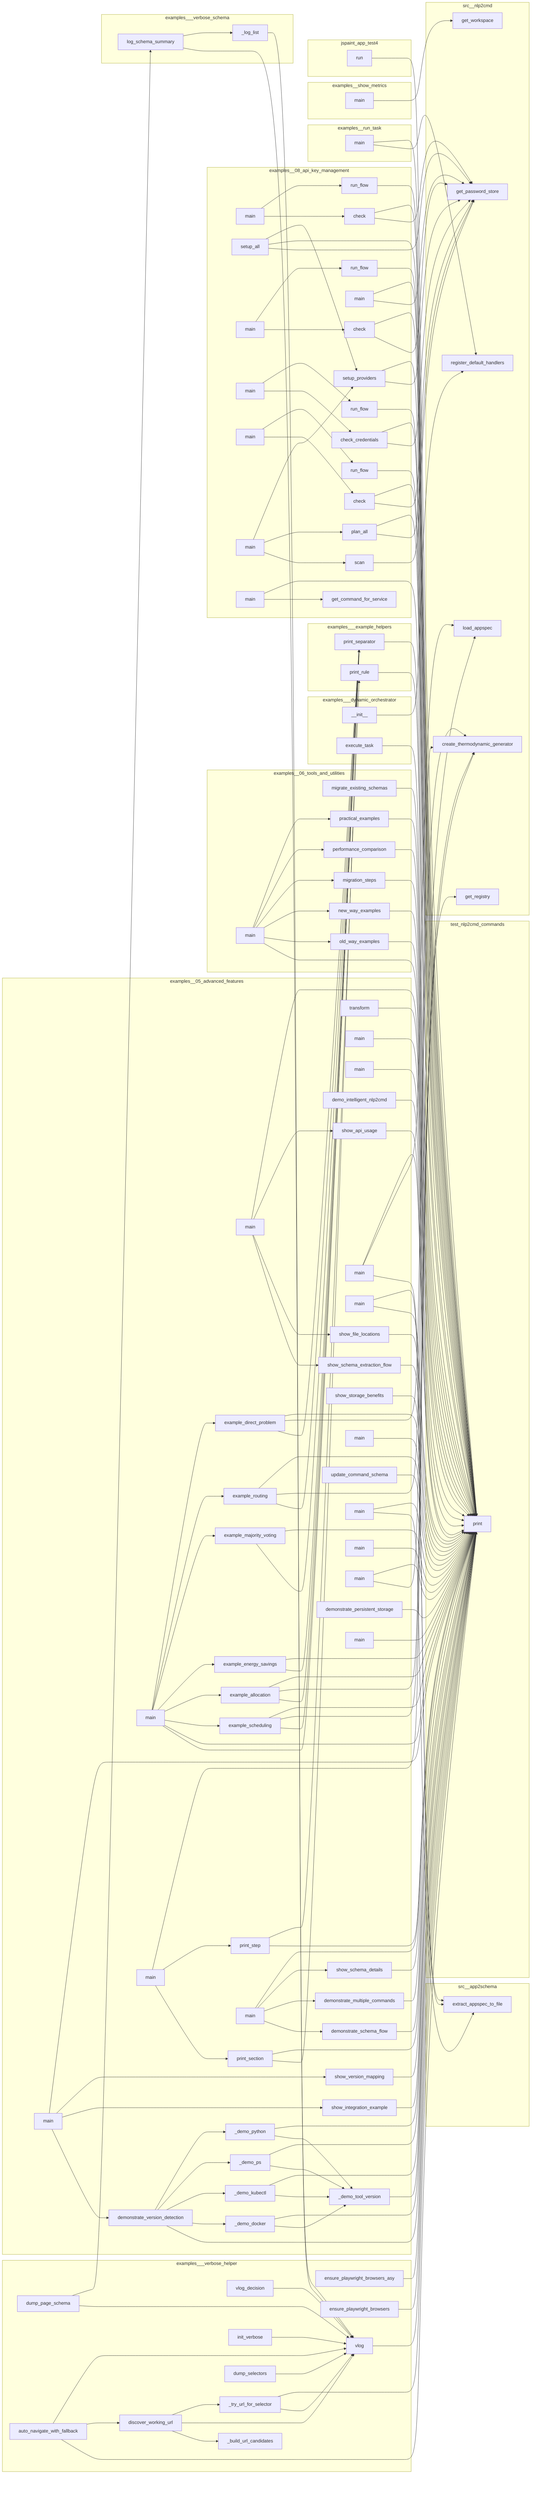
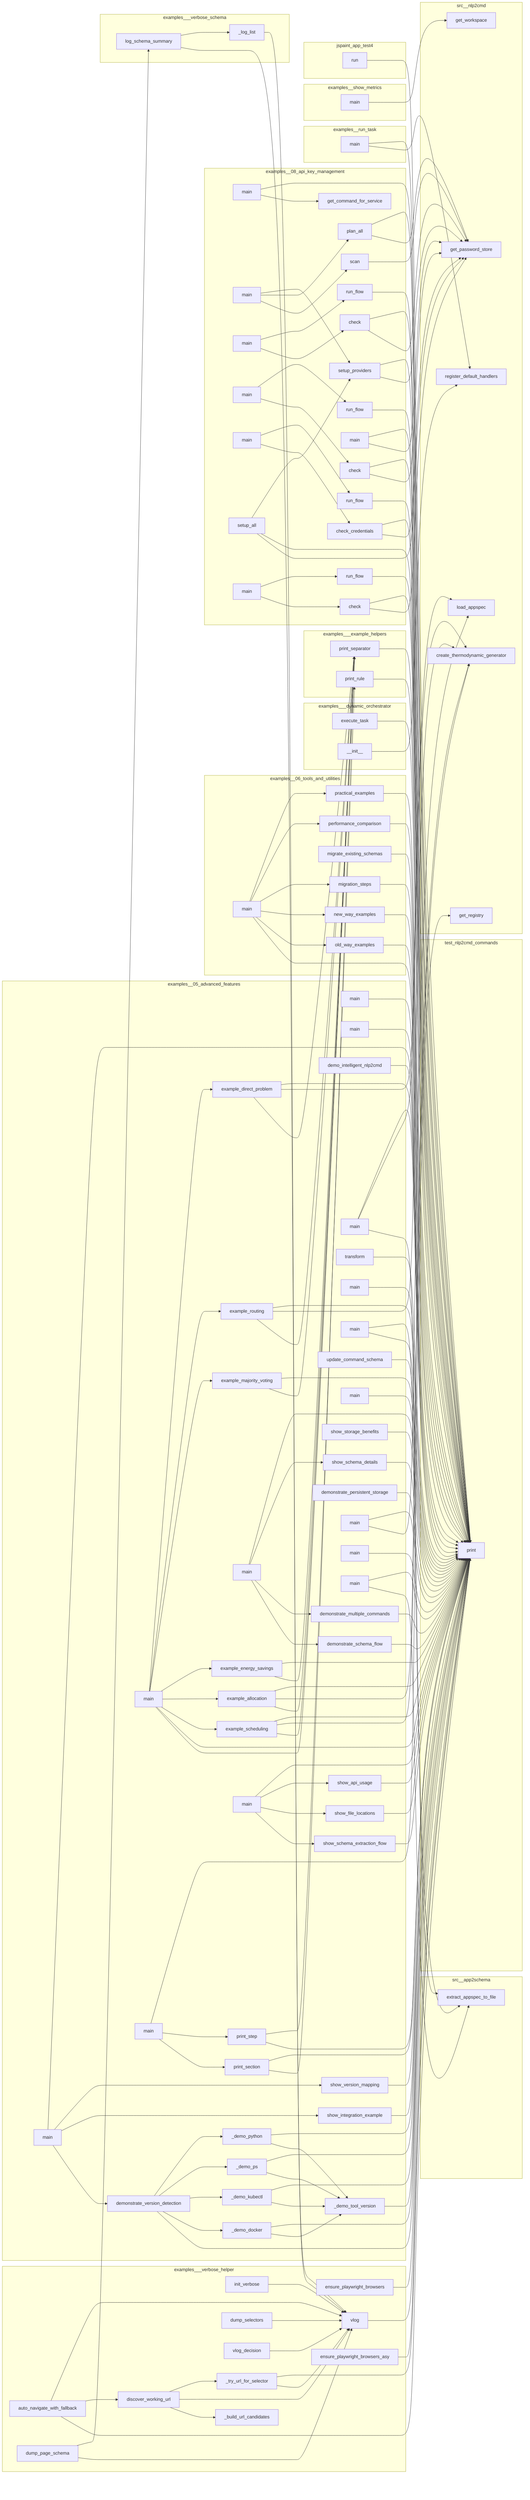
flowchart LR
- %% generated in 0.17s
+ %% generated in 0.06s
    subgraph examples__05_advanced_features
-         examples__05_advanced_features__dynamic_schemas__demo_schema_flow__demonstrate_schema_flow["demonstrate_schema_flow"]
+         examples__05_advanced_features__dynamic_schemas__demo_version_detection__demonstrate_version_detection["demonstrate_version_detection"]
+         examples__05_advanced_features__thermodynamic_computing__example__example_majority_voting["example_majority_voting"]
+         examples__05_advanced_features__schema_driven_architecture__03_llm_planner__demo__main["main"]
        examples__05_advanced_features__thermodynamic_computing__example__main["main"]
-         examples__05_advanced_features__dynamic_schemas__demo_intelligent_nlp2cmd__IntelligentNLP2CMD__transform["transform"]
-         examples__05_advanced_features__dynamic_schemas__schema_flow_demo__main["main"]
        examples__05_advanced_features__dynamic_schemas__demo_version_detection___demo_kubectl["_demo_kubectl"]
        examples__05_advanced_features__schema_driven_architecture__04_plan_executor__demo__main["main"]
        examples__05_advanced_features__thermodynamic_computing__example__example_direct_problem["example_direct_problem"]
+         examples__05_advanced_features__dynamic_schemas__demo_version_detection___demo_tool_version["_demo_tool_version"]
+         examples__05_advanced_features__dynamic_schemas__demo_intelligent_nlp2cmd__demo_intelligent_nlp2cmd["demo_intelligent_nlp2cmd"]
+         examples__05_advanced_features__schema_driven_architecture__end_to_end_demo__print_step["print_step"]
+         examples__05_advanced_features__dynamic_schemas__schema_flow_demo__show_schema_extraction_flow["show_schema_extraction_flow"]
+         examples__05_advanced_features__dynamic_schemas__demo_schema_flow__demonstrate_multiple_commands["demonstrate_multiple_commands"]
+         examples__05_advanced_features__schema_driven_architecture__mvp__main["main"]
+         examples__05_advanced_features__dynamic_schemas__demo_schema_flow__main["main"]
+         examples__05_advanced_features__dynamic_schemas__demo_intelligent_nlp2cmd__IntelligentNLP2CMD__transform["transform"]
+         examples__05_advanced_features__thermodynamic_computing__example__example_scheduling["example_scheduling"]
+         examples__05_advanced_features__schema_driven_architecture__02_decision_router__demo__main["main"]
+         examples__05_advanced_features__dynamic_schemas__schema_flow_demo__show_file_locations["show_file_locations"]
+         examples__05_advanced_features__schema_driven_architecture__end_to_end_demo__main["main"]
+         examples__05_advanced_features__dynamic_schemas__demo_version_detection__show_integration_example["show_integration_example"]
+         examples__05_advanced_features__thermodynamic_computing__example__example_energy_savings["example_energy_savings"]
+         examples__05_advanced_features__dynamic_schemas__demo_enhanced__main["main"]
+         examples__05_advanced_features__dynamic_schemas__demo_version_detection___demo_python["_demo_python"]
+         examples__05_advanced_features__dynamic_schemas__demo_intelligent_nlp2cmd__IntelligentNLP2CMD__update_command_schema["update_command_schema"]
+         examples__05_advanced_features__dynamic_schemas__demo_version_detection__show_version_mapping["show_version_mapping"]
+         examples__05_advanced_features__thermodynamic_computing__example__example_allocation["example_allocation"]
+         examples__05_advanced_features__dynamic_schemas__demo_version_detection__main["main"]
+         examples__05_advanced_features__dynamic_schemas__demo_version_detection___demo_docker["_demo_docker"]
        examples__05_advanced_features__schema_driven_architecture__05_result_aggregator__demo__main["main"]
-         examples__05_advanced_features__dynamic_schemas__demo_intelligent_nlp2cmd__demo_intelligent_nlp2cmd["demo_intelligent_nlp2cmd"]
-         examples__05_advanced_features__dynamic_schemas__demo_version_detection__show_integration_example["show_integration_example"]
-         examples__05_advanced_features__schema_driven_architecture__mvp__main["main"]
-         examples__05_advanced_features__dynamic_schemas__demo_enhanced__main["main"]
-         examples__05_advanced_features__dynamic_schemas__schema_flow_demo__show_schema_extraction_flow["show_schema_extraction_flow"]
-         examples__05_advanced_features__dynamic_schemas__demo_version_detection___demo_python["_demo_python"]
-         examples__05_advanced_features__thermodynamic_computing__example__example_majority_voting["example_majority_voting"]
-         examples__05_advanced_features__dynamic_schemas__demo_version_detection__show_version_mapping["show_version_mapping"]
+         examples__05_advanced_features__dynamic_schemas__schema_flow_demo__main["main"]
+         examples__05_advanced_features__dynamic_schemas__demo_version_detection___demo_ps["_demo_ps"]
+         examples__05_advanced_features__dynamic_schemas__demo_schema_flow__show_schema_details["show_schema_details"]
+         examples__05_advanced_features__thermodynamic_computing__example__example_routing["example_routing"]
        examples__05_advanced_features__dynamic_schemas__demo_persistent_storage__show_storage_benefits["show_storage_benefits"]
-         examples__05_advanced_features__dynamic_schemas__demo_schema_flow__show_schema_details["show_schema_details"]
        examples__05_advanced_features__dynamic_schemas__schema_flow_demo__show_api_usage["show_api_usage"]
-         examples__05_advanced_features__schema_driven_architecture__02_decision_router__demo__main["main"]
+         examples__05_advanced_features__dynamic_schemas__demo_persistent_storage__demonstrate_persistent_storage["demonstrate_persistent_storage"]
+         examples__05_advanced_features__schema_driven_architecture__manual_appspec__main["main"]
+         examples__05_advanced_features__dynamic_schemas__simple_schema_demo__main["main"]
+         examples__05_advanced_features__dynamic_schemas__example__main["main"]
+         examples__05_advanced_features__dynamic_schemas__demo_schema_flow__demonstrate_schema_flow["demonstrate_schema_flow"]
        examples__05_advanced_features__schema_driven_architecture__end_to_end_demo__print_section["print_section"]
-         examples__05_advanced_features__schema_driven_architecture__end_to_end_demo__print_step["print_step"]
-         examples__05_advanced_features__dynamic_schemas__demo_version_detection___demo_docker["_demo_docker"]
-         examples__05_advanced_features__thermodynamic_computing__example__example_allocation["example_allocation"]
-         examples__05_advanced_features__dynamic_schemas__demo_version_detection__demonstrate_version_detection["demonstrate_version_detection"]
-         examples__05_advanced_features__dynamic_schemas__demo_version_detection___demo_tool_version["_demo_tool_version"]
-         examples__05_advanced_features__thermodynamic_computing__example__example_scheduling["example_scheduling"]
-         examples__05_advanced_features__schema_driven_architecture__end_to_end_demo__main["main"]
-         examples__05_advanced_features__dynamic_schemas__demo_intelligent_nlp2cmd__IntelligentNLP2CMD__update_command_schema["update_command_schema"]
-         examples__05_advanced_features__dynamic_schemas__demo_version_detection___demo_ps["_demo_ps"]
-         examples__05_advanced_features__dynamic_schemas__schema_flow_demo__show_file_locations["show_file_locations"]
-         examples__05_advanced_features__dynamic_schemas__example__main["main"]
-         examples__05_advanced_features__thermodynamic_computing__example__example_routing["example_routing"]
-         examples__05_advanced_features__dynamic_schemas__demo_schema_flow__demonstrate_multiple_commands["demonstrate_multiple_commands"]
-         examples__05_advanced_features__schema_driven_architecture__03_llm_planner__demo__main["main"]
-         examples__05_advanced_features__schema_driven_architecture__manual_appspec__main["main"]
-         examples__05_advanced_features__dynamic_schemas__demo_schema_flow__main["main"]
-         examples__05_advanced_features__dynamic_schemas__demo_version_detection__main["main"]
-         examples__05_advanced_features__thermodynamic_computing__example__example_energy_savings["example_energy_savings"]
-         examples__05_advanced_features__dynamic_schemas__demo_persistent_storage__demonstrate_persistent_storage["demonstrate_persistent_storage"]
-         examples__05_advanced_features__dynamic_schemas__simple_schema_demo__main["main"]
    end
    subgraph examples__06_tools_and_utilities
+         examples__06_tools_and_utilities__migration_tools__guide__performance_comparison["performance_comparison"]
+         examples__06_tools_and_utilities__migration_tools__guide__practical_examples["practical_examples"]
        examples__06_tools_and_utilities__migration_tools__demo_versioned_schemas__migrate_existing_schemas["migrate_existing_schemas"]
+         examples__06_tools_and_utilities__migration_tools__guide__migration_steps["migration_steps"]
        examples__06_tools_and_utilities__migration_tools__guide__new_way_examples["new_way_examples"]
        examples__06_tools_and_utilities__migration_tools__guide__old_way_examples["old_way_examples"]
-         examples__06_tools_and_utilities__migration_tools__guide__performance_comparison["performance_comparison"]
        examples__06_tools_and_utilities__migration_tools__guide__main["main"]
-         examples__06_tools_and_utilities__migration_tools__guide__practical_examples["practical_examples"]
-         examples__06_tools_and_utilities__migration_tools__guide__migration_steps["migration_steps"]
    end
    subgraph examples__08_api_key_management
+         examples__08_api_key_management__01_diagnose_credentials_nlp2cmd__main["main"]
+         examples__08_api_key_management__02_openrouter_key__run__check_credentials["check_credentials"]
+         examples__08_api_key_management__03_github_token__run__check["check"]
+         examples__08_api_key_management__06_multi_provider__run__main["main"]
+         examples__08_api_key_management__05_openai_key__run__check["check"]
+         examples__08_api_key_management__06_multi_provider__run__setup_providers["setup_providers"]
+         examples__08_api_key_management__06_multi_provider__run__scan["scan"]
+         examples__08_api_key_management__04_huggingface_token__run__run_flow["run_flow"]
+         examples__08_api_key_management__04_huggingface_token__run__main["main"]
+         examples__08_api_key_management__06_multi_provider__run__plan_all["plan_all"]
+         examples__08_api_key_management__03_github_token__run__run_flow["run_flow"]
+         examples__08_api_key_management__01_diagnose_credentials__run__main["main"]
+         examples__08_api_key_management__03_github_token__run__main["main"]
+         examples__08_api_key_management__05_openai_key__run__run_flow["run_flow"]
+         examples__08_api_key_management__01_diagnose_credentials_nlp2cmd__get_command_for_service["get_command_for_service"]
+         examples__08_api_key_management__02_openrouter_key__run__main["main"]
+         examples__08_api_key_management__06_multi_provider__run__setup_all["setup_all"]
        examples__08_api_key_management__02_openrouter_key__run__run_flow["run_flow"]
        examples__08_api_key_management__05_openai_key__run__main["main"]
-         examples__08_api_key_management__03_github_token__run__check["check"]
        examples__08_api_key_management__04_huggingface_token__run__check["check"]
-         examples__08_api_key_management__06_multi_provider__run__setup_all["setup_all"]
-         examples__08_api_key_management__06_multi_provider__run__setup_providers["setup_providers"]
-         examples__08_api_key_management__01_diagnose_credentials_nlp2cmd__get_command_for_service["get_command_for_service"]
-         examples__08_api_key_management__01_diagnose_credentials__run__main["main"]
-         examples__08_api_key_management__04_huggingface_token__run__run_flow["run_flow"]
-         examples__08_api_key_management__03_github_token__run__main["main"]
-         examples__08_api_key_management__06_multi_provider__run__plan_all["plan_all"]
-         examples__08_api_key_management__02_openrouter_key__run__check_credentials["check_credentials"]
-         examples__08_api_key_management__03_github_token__run__run_flow["run_flow"]
-         examples__08_api_key_management__02_openrouter_key__run__main["main"]
-         examples__08_api_key_management__05_openai_key__run__check["check"]
-         examples__08_api_key_management__05_openai_key__run__run_flow["run_flow"]
-         examples__08_api_key_management__04_huggingface_token__run__main["main"]
-         examples__08_api_key_management__06_multi_provider__run__main["main"]
-         examples__08_api_key_management__06_multi_provider__run__scan["scan"]
-         examples__08_api_key_management__01_diagnose_credentials_nlp2cmd__main["main"]
    end
    subgraph examples___dynamic_orchestrator
+         examples___dynamic_orchestrator__DynamicOrchestrator__execute_task["execute_task"]
        examples___dynamic_orchestrator__DynamicOrchestrator____init__["__init__"]
-         examples___dynamic_orchestrator__DynamicOrchestrator__execute_task["execute_task"]
    end
    subgraph examples___example_helpers
+         examples___example_helpers__print_separator["print_separator"]
        examples___example_helpers__print_rule["print_rule"]
-         examples___example_helpers__print_separator["print_separator"]
    end
    subgraph examples___verbose_helper
+         examples___verbose_helper__auto_navigate_with_fallback["auto_navigate_with_fallback"]
+         examples___verbose_helper__init_verbose["init_verbose"]
+         examples___verbose_helper__ensure_playwright_browsers["ensure_playwright_browsers"]
+         examples___verbose_helper___try_url_for_selector["_try_url_for_selector"]
+         examples___verbose_helper__dump_page_schema["dump_page_schema"]
+         examples___verbose_helper__dump_selectors["dump_selectors"]
+         examples___verbose_helper__vlog["vlog"]
        examples___verbose_helper__ensure_playwright_browsers_async["ensure_playwright_browsers_asy"]
        examples___verbose_helper__vlog_decision["vlog_decision"]
-         examples___verbose_helper__dump_page_schema["dump_page_schema"]
-         examples___verbose_helper___try_url_for_selector["_try_url_for_selector"]
-         examples___verbose_helper__init_verbose["init_verbose"]
+         examples___verbose_helper__discover_working_url["discover_working_url"]
        examples___verbose_helper___build_url_candidates["_build_url_candidates"]
-         examples___verbose_helper__dump_selectors["dump_selectors"]
-         examples___verbose_helper__ensure_playwright_browsers["ensure_playwright_browsers"]
-         examples___verbose_helper__auto_navigate_with_fallback["auto_navigate_with_fallback"]
-         examples___verbose_helper__discover_working_url["discover_working_url"]
-         examples___verbose_helper__vlog["vlog"]
    end
    subgraph examples___verbose_schema
+         examples___verbose_schema___log_list["_log_list"]
        examples___verbose_schema__log_schema_summary["log_schema_summary"]
-         examples___verbose_schema___log_list["_log_list"]
    end
    subgraph examples__run_task
        examples__run_task__main["main"]
    end
    subgraph examples__show_metrics
        examples__show_metrics__main["main"]
    end
    subgraph jspaint_app_test4
        jspaint_app_test4__run["run"]
    end
    subgraph src__app2schema
        src__app2schema__extract__extract_appspec_to_file["extract_appspec_to_file"]
    end
    subgraph src__nlp2cmd
+         src__nlp2cmd__orchestration__learned_path__get_workspace["get_workspace"]
+         src__nlp2cmd__orchestration__handlers__register_default_handlers["register_default_handlers"]
        src__nlp2cmd__appspec_runtime__load_appspec["load_appspec"]
        src__nlp2cmd__generation__thermodynamic__create_thermodynamic_generator["create_thermodynamic_generator"]
-         src__nlp2cmd__orchestration__learned_path__get_workspace["get_workspace"]
-         src__nlp2cmd__orchestration__handlers__register_default_handlers["register_default_handlers"]
        src__nlp2cmd__registry__get_registry__get_registry["get_registry"]
        src__nlp2cmd__automation__password_store__get_password_store["get_password_store"]
    end
    subgraph test_nlp2cmd_commands
        test_nlp2cmd_commands__print["print"]
    end
    jspaint_app_test4__run --> test_nlp2cmd_commands__print
    examples__show_metrics__main --> src__nlp2cmd__orchestration__learned_path__get_workspace
    examples___verbose_schema___log_list --> examples___verbose_helper__vlog
    examples___verbose_schema__log_schema_summary --> examples___verbose_helper__vlog
    examples___verbose_schema__log_schema_summary --> examples___verbose_schema___log_list
    examples___dynamic_orchestrator__DynamicOrchestrator____init__ --> src__nlp2cmd__orchestration__handlers__register_default_handlers
    examples___dynamic_orchestrator__DynamicOrchestrator__execute_task --> test_nlp2cmd_commands__print
    examples___example_helpers__print_separator --> test_nlp2cmd_commands__print
    examples___example_helpers__print_rule --> test_nlp2cmd_commands__print
    examples___verbose_helper__init_verbose --> examples___verbose_helper__vlog
    examples___verbose_helper__vlog --> test_nlp2cmd_commands__print
    examples___verbose_helper__dump_page_schema --> examples___verbose_helper__vlog
    examples___verbose_helper__dump_page_schema --> examples___verbose_schema__log_schema_summary
    examples___verbose_helper__dump_selectors --> examples___verbose_helper__vlog
    examples___verbose_helper__vlog_decision --> examples___verbose_helper__vlog
    examples___verbose_helper__ensure_playwright_browsers --> test_nlp2cmd_commands__print
    examples___verbose_helper__ensure_playwright_browsers_async --> test_nlp2cmd_commands__print
    examples___verbose_helper___try_url_for_selector --> examples___verbose_helper__vlog
    examples___verbose_helper___try_url_for_selector --> test_nlp2cmd_commands__print
    examples___verbose_helper__discover_working_url --> examples___verbose_helper___build_url_candidates
    examples___verbose_helper__discover_working_url --> examples___verbose_helper__vlog
    examples___verbose_helper__discover_working_url --> examples___verbose_helper___try_url_for_selector
    examples___verbose_helper__auto_navigate_with_fallback --> test_nlp2cmd_commands__print
    examples___verbose_helper__auto_navigate_with_fallback --> examples___verbose_helper__discover_working_url
    examples___verbose_helper__auto_navigate_with_fallback --> examples___verbose_helper__vlog
    examples__run_task__main --> src__nlp2cmd__orchestration__handlers__register_default_handlers
    examples__run_task__main --> test_nlp2cmd_commands__print
    examples__05_advanced_features__thermodynamic_computing__example__example_scheduling --> examples___example_helpers__print_separator
    examples__05_advanced_features__thermodynamic_computing__example__example_scheduling --> src__nlp2cmd__generation__thermodynamic__create_thermodynamic_generator
    examples__05_advanced_features__thermodynamic_computing__example__example_scheduling --> test_nlp2cmd_commands__print
    examples__05_advanced_features__thermodynamic_computing__example__example_allocation --> examples___example_helpers__print_separator
    examples__05_advanced_features__thermodynamic_computing__example__example_allocation --> src__nlp2cmd__generation__thermodynamic__create_thermodynamic_generator
    examples__05_advanced_features__thermodynamic_computing__example__example_allocation --> test_nlp2cmd_commands__print
    examples__05_advanced_features__thermodynamic_computing__example__example_energy_savings --> examples___example_helpers__print_separator
    examples__05_advanced_features__thermodynamic_computing__example__example_energy_savings --> test_nlp2cmd_commands__print
    examples__05_advanced_features__thermodynamic_computing__example__example_majority_voting --> examples___example_helpers__print_separator
    examples__05_advanced_features__thermodynamic_computing__example__example_majority_voting --> test_nlp2cmd_commands__print
    examples__05_advanced_features__thermodynamic_computing__example__example_routing --> examples___example_helpers__print_separator
    examples__05_advanced_features__thermodynamic_computing__example__example_routing --> src__nlp2cmd__generation__thermodynamic__create_thermodynamic_generator
    examples__05_advanced_features__thermodynamic_computing__example__example_routing --> test_nlp2cmd_commands__print
    examples__05_advanced_features__thermodynamic_computing__example__example_direct_problem --> examples___example_helpers__print_separator
    examples__05_advanced_features__thermodynamic_computing__example__example_direct_problem --> src__nlp2cmd__generation__thermodynamic__create_thermodynamic_generator
    examples__05_advanced_features__thermodynamic_computing__example__example_direct_problem --> test_nlp2cmd_commands__print
    examples__05_advanced_features__thermodynamic_computing__example__main --> examples___example_helpers__print_separator
    examples__05_advanced_features__thermodynamic_computing__example__main --> test_nlp2cmd_commands__print
    examples__05_advanced_features__thermodynamic_computing__example__main --> examples__05_advanced_features__thermodynamic_computing__example__example_scheduling
    examples__05_advanced_features__thermodynamic_computing__example__main --> examples__05_advanced_features__thermodynamic_computing__example__example_allocation
    examples__05_advanced_features__thermodynamic_computing__example__main --> examples__05_advanced_features__thermodynamic_computing__example__example_energy_savings
    examples__05_advanced_features__thermodynamic_computing__example__main --> examples__05_advanced_features__thermodynamic_computing__example__example_majority_voting
    examples__05_advanced_features__thermodynamic_computing__example__main --> examples__05_advanced_features__thermodynamic_computing__example__example_routing
    examples__05_advanced_features__thermodynamic_computing__example__main --> examples__05_advanced_features__thermodynamic_computing__example__example_direct_problem
    examples__05_advanced_features__schema_driven_architecture__manual_appspec__main --> src__nlp2cmd__appspec_runtime__load_appspec
    examples__05_advanced_features__schema_driven_architecture__manual_appspec__main --> test_nlp2cmd_commands__print
    examples__05_advanced_features__schema_driven_architecture__end_to_end_demo__print_section --> examples___example_helpers__print_separator
    examples__05_advanced_features__schema_driven_architecture__end_to_end_demo__print_section --> test_nlp2cmd_commands__print
    examples__05_advanced_features__schema_driven_architecture__end_to_end_demo__print_step --> test_nlp2cmd_commands__print
    examples__05_advanced_features__schema_driven_architecture__end_to_end_demo__print_step --> examples___example_helpers__print_rule
    examples__05_advanced_features__schema_driven_architecture__end_to_end_demo__main --> examples__05_advanced_features__schema_driven_architecture__end_to_end_demo__print_section
    examples__05_advanced_features__schema_driven_architecture__end_to_end_demo__main --> examples__05_advanced_features__schema_driven_architecture__end_to_end_demo__print_step
    examples__05_advanced_features__schema_driven_architecture__end_to_end_demo__main --> src__nlp2cmd__registry__get_registry__get_registry
    examples__05_advanced_features__schema_driven_architecture__mvp__main --> src__app2schema__extract__extract_appspec_to_file
    examples__05_advanced_features__schema_driven_architecture__mvp__main --> src__nlp2cmd__appspec_runtime__load_appspec
    examples__05_advanced_features__schema_driven_architecture__mvp__main --> test_nlp2cmd_commands__print
    examples__05_advanced_features__schema_driven_architecture__05_result_aggregator__demo__main --> test_nlp2cmd_commands__print
    examples__05_advanced_features__schema_driven_architecture__02_decision_router__demo__main --> test_nlp2cmd_commands__print
    examples__05_advanced_features__schema_driven_architecture__04_plan_executor__demo__main --> test_nlp2cmd_commands__print
    examples__05_advanced_features__schema_driven_architecture__03_llm_planner__demo__main --> test_nlp2cmd_commands__print
    examples__05_advanced_features__dynamic_schemas__simple_schema_demo__main --> test_nlp2cmd_commands__print
    examples__05_advanced_features__dynamic_schemas__demo_intelligent_nlp2cmd__IntelligentNLP2CMD__transform --> test_nlp2cmd_commands__print
    examples__05_advanced_features__dynamic_schemas__demo_intelligent_nlp2cmd__IntelligentNLP2CMD__update_command_schema --> test_nlp2cmd_commands__print
    examples__05_advanced_features__dynamic_schemas__demo_intelligent_nlp2cmd__demo_intelligent_nlp2cmd --> test_nlp2cmd_commands__print
    examples__05_advanced_features__dynamic_schemas__demo_persistent_storage__demonstrate_persistent_storage --> test_nlp2cmd_commands__print
    examples__05_advanced_features__dynamic_schemas__demo_persistent_storage__show_storage_benefits --> test_nlp2cmd_commands__print
    examples__05_advanced_features__dynamic_schemas__demo_enhanced__main --> test_nlp2cmd_commands__print
    examples__05_advanced_features__dynamic_schemas__demo_enhanced__main --> src__app2schema__extract__extract_appspec_to_file
    examples__05_advanced_features__dynamic_schemas__demo_schema_flow__demonstrate_schema_flow --> test_nlp2cmd_commands__print
    examples__05_advanced_features__dynamic_schemas__demo_schema_flow__demonstrate_multiple_commands --> test_nlp2cmd_commands__print
    examples__05_advanced_features__dynamic_schemas__demo_schema_flow__show_schema_details --> test_nlp2cmd_commands__print
    examples__05_advanced_features__dynamic_schemas__demo_schema_flow__main --> examples__05_advanced_features__dynamic_schemas__demo_schema_flow__demonstrate_schema_flow
    examples__05_advanced_features__dynamic_schemas__demo_schema_flow__main --> examples__05_advanced_features__dynamic_schemas__demo_schema_flow__demonstrate_multiple_commands
    examples__05_advanced_features__dynamic_schemas__demo_schema_flow__main --> examples__05_advanced_features__dynamic_schemas__demo_schema_flow__show_schema_details
    examples__05_advanced_features__dynamic_schemas__demo_schema_flow__main --> test_nlp2cmd_commands__print
    examples__05_advanced_features__dynamic_schemas__demo_version_detection___demo_tool_version --> test_nlp2cmd_commands__print
    examples__05_advanced_features__dynamic_schemas__demo_version_detection___demo_docker --> examples__05_advanced_features__dynamic_schemas__demo_version_detection___demo_tool_version
    examples__05_advanced_features__dynamic_schemas__demo_version_detection___demo_docker --> test_nlp2cmd_commands__print
    examples__05_advanced_features__dynamic_schemas__demo_version_detection___demo_kubectl --> examples__05_advanced_features__dynamic_schemas__demo_version_detection___demo_tool_version
    examples__05_advanced_features__dynamic_schemas__demo_version_detection___demo_kubectl --> test_nlp2cmd_commands__print
    examples__05_advanced_features__dynamic_schemas__demo_version_detection___demo_ps --> examples__05_advanced_features__dynamic_schemas__demo_version_detection___demo_tool_version
    examples__05_advanced_features__dynamic_schemas__demo_version_detection___demo_ps --> test_nlp2cmd_commands__print
    examples__05_advanced_features__dynamic_schemas__demo_version_detection___demo_python --> examples__05_advanced_features__dynamic_schemas__demo_version_detection___demo_tool_version
    examples__05_advanced_features__dynamic_schemas__demo_version_detection___demo_python --> test_nlp2cmd_commands__print
    examples__05_advanced_features__dynamic_schemas__demo_version_detection__demonstrate_version_detection --> test_nlp2cmd_commands__print
    examples__05_advanced_features__dynamic_schemas__demo_version_detection__demonstrate_version_detection --> examples__05_advanced_features__dynamic_schemas__demo_version_detection___demo_docker
    examples__05_advanced_features__dynamic_schemas__demo_version_detection__demonstrate_version_detection --> examples__05_advanced_features__dynamic_schemas__demo_version_detection___demo_kubectl
    examples__05_advanced_features__dynamic_schemas__demo_version_detection__demonstrate_version_detection --> examples__05_advanced_features__dynamic_schemas__demo_version_detection___demo_ps
    examples__05_advanced_features__dynamic_schemas__demo_version_detection__demonstrate_version_detection --> examples__05_advanced_features__dynamic_schemas__demo_version_detection___demo_python
    examples__05_advanced_features__dynamic_schemas__demo_version_detection__show_integration_example --> test_nlp2cmd_commands__print
    examples__05_advanced_features__dynamic_schemas__demo_version_detection__show_version_mapping --> test_nlp2cmd_commands__print
    examples__05_advanced_features__dynamic_schemas__demo_version_detection__main --> examples__05_advanced_features__dynamic_schemas__demo_version_detection__demonstrate_version_detection
    examples__05_advanced_features__dynamic_schemas__demo_version_detection__main --> examples__05_advanced_features__dynamic_schemas__demo_version_detection__show_integration_example
    examples__05_advanced_features__dynamic_schemas__demo_version_detection__main --> examples__05_advanced_features__dynamic_schemas__demo_version_detection__show_version_mapping
    examples__05_advanced_features__dynamic_schemas__demo_version_detection__main --> test_nlp2cmd_commands__print
    examples__05_advanced_features__dynamic_schemas__schema_flow_demo__show_schema_extraction_flow --> test_nlp2cmd_commands__print
    examples__05_advanced_features__dynamic_schemas__schema_flow_demo__show_file_locations --> test_nlp2cmd_commands__print
    examples__05_advanced_features__dynamic_schemas__schema_flow_demo__show_api_usage --> test_nlp2cmd_commands__print
    examples__05_advanced_features__dynamic_schemas__schema_flow_demo__main --> examples__05_advanced_features__dynamic_schemas__schema_flow_demo__show_schema_extraction_flow
    examples__05_advanced_features__dynamic_schemas__schema_flow_demo__main --> examples__05_advanced_features__dynamic_schemas__schema_flow_demo__show_file_locations
    examples__05_advanced_features__dynamic_schemas__schema_flow_demo__main --> examples__05_advanced_features__dynamic_schemas__schema_flow_demo__show_api_usage
    examples__05_advanced_features__dynamic_schemas__schema_flow_demo__main --> test_nlp2cmd_commands__print
    examples__05_advanced_features__dynamic_schemas__example__main --> src__app2schema__extract__extract_appspec_to_file
    examples__05_advanced_features__dynamic_schemas__example__main --> test_nlp2cmd_commands__print
    examples__08_api_key_management__01_diagnose_credentials_nlp2cmd__main --> examples__08_api_key_management__01_diagnose_credentials_nlp2cmd__get_command_for_service
    examples__08_api_key_management__01_diagnose_credentials_nlp2cmd__main --> test_nlp2cmd_commands__print
    examples__08_api_key_management__05_openai_key__run__check --> src__nlp2cmd__automation__password_store__get_password_store
    examples__08_api_key_management__05_openai_key__run__check --> test_nlp2cmd_commands__print
    examples__08_api_key_management__05_openai_key__run__run_flow --> test_nlp2cmd_commands__print
    examples__08_api_key_management__05_openai_key__run__main --> examples__08_api_key_management__05_openai_key__run__check
    examples__08_api_key_management__05_openai_key__run__main --> examples__08_api_key_management__05_openai_key__run__run_flow
    examples__08_api_key_management__01_diagnose_credentials__run__main --> src__nlp2cmd__automation__password_store__get_password_store
    examples__08_api_key_management__01_diagnose_credentials__run__main --> test_nlp2cmd_commands__print
    examples__08_api_key_management__06_multi_provider__run__scan --> src__nlp2cmd__automation__password_store__get_password_store
    examples__08_api_key_management__06_multi_provider__run__plan_all --> src__nlp2cmd__automation__password_store__get_password_store
    examples__08_api_key_management__06_multi_provider__run__plan_all --> test_nlp2cmd_commands__print
    examples__08_api_key_management__06_multi_provider__run__setup_providers --> src__nlp2cmd__automation__password_store__get_password_store
    examples__08_api_key_management__06_multi_provider__run__setup_providers --> test_nlp2cmd_commands__print
    examples__08_api_key_management__06_multi_provider__run__setup_all --> src__nlp2cmd__automation__password_store__get_password_store
    examples__08_api_key_management__06_multi_provider__run__setup_all --> test_nlp2cmd_commands__print
    examples__08_api_key_management__06_multi_provider__run__setup_all --> examples__08_api_key_management__06_multi_provider__run__setup_providers
    examples__08_api_key_management__06_multi_provider__run__main --> examples__08_api_key_management__06_multi_provider__run__scan
    examples__08_api_key_management__06_multi_provider__run__main --> examples__08_api_key_management__06_multi_provider__run__plan_all
    examples__08_api_key_management__06_multi_provider__run__main --> examples__08_api_key_management__06_multi_provider__run__setup_providers
    examples__08_api_key_management__02_openrouter_key__run__check_credentials --> src__nlp2cmd__automation__password_store__get_password_store
    examples__08_api_key_management__02_openrouter_key__run__check_credentials --> test_nlp2cmd_commands__print
    examples__08_api_key_management__02_openrouter_key__run__run_flow --> test_nlp2cmd_commands__print
    examples__08_api_key_management__02_openrouter_key__run__main --> examples__08_api_key_management__02_openrouter_key__run__check_credentials
    examples__08_api_key_management__02_openrouter_key__run__main --> examples__08_api_key_management__02_openrouter_key__run__run_flow
    examples__08_api_key_management__03_github_token__run__check --> src__nlp2cmd__automation__password_store__get_password_store
    examples__08_api_key_management__03_github_token__run__check --> test_nlp2cmd_commands__print
    examples__08_api_key_management__03_github_token__run__run_flow --> test_nlp2cmd_commands__print
    examples__08_api_key_management__03_github_token__run__main --> examples__08_api_key_management__03_github_token__run__check
    examples__08_api_key_management__03_github_token__run__main --> examples__08_api_key_management__03_github_token__run__run_flow
    examples__08_api_key_management__04_huggingface_token__run__check --> src__nlp2cmd__automation__password_store__get_password_store
    examples__08_api_key_management__04_huggingface_token__run__check --> test_nlp2cmd_commands__print
    examples__08_api_key_management__04_huggingface_token__run__run_flow --> test_nlp2cmd_commands__print
    examples__08_api_key_management__04_huggingface_token__run__main --> examples__08_api_key_management__04_huggingface_token__run__check
    examples__08_api_key_management__04_huggingface_token__run__main --> examples__08_api_key_management__04_huggingface_token__run__run_flow
    examples__06_tools_and_utilities__migration_tools__guide__old_way_examples --> test_nlp2cmd_commands__print
    examples__06_tools_and_utilities__migration_tools__guide__new_way_examples --> test_nlp2cmd_commands__print
    examples__06_tools_and_utilities__migration_tools__guide__migration_steps --> test_nlp2cmd_commands__print
    examples__06_tools_and_utilities__migration_tools__guide__performance_comparison --> test_nlp2cmd_commands__print
    examples__06_tools_and_utilities__migration_tools__guide__practical_examples --> test_nlp2cmd_commands__print
    examples__06_tools_and_utilities__migration_tools__guide__main --> test_nlp2cmd_commands__print
    examples__06_tools_and_utilities__migration_tools__guide__main --> examples__06_tools_and_utilities__migration_tools__guide__old_way_examples
    examples__06_tools_and_utilities__migration_tools__guide__main --> examples__06_tools_and_utilities__migration_tools__guide__new_way_examples
    examples__06_tools_and_utilities__migration_tools__guide__main --> examples__06_tools_and_utilities__migration_tools__guide__migration_steps
    examples__06_tools_and_utilities__migration_tools__guide__main --> examples__06_tools_and_utilities__migration_tools__guide__performance_comparison
    examples__06_tools_and_utilities__migration_tools__guide__main --> examples__06_tools_and_utilities__migration_tools__guide__practical_examples
    examples__06_tools_and_utilities__migration_tools__demo_versioned_schemas__migrate_existing_schemas --> test_nlp2cmd_commands__print
